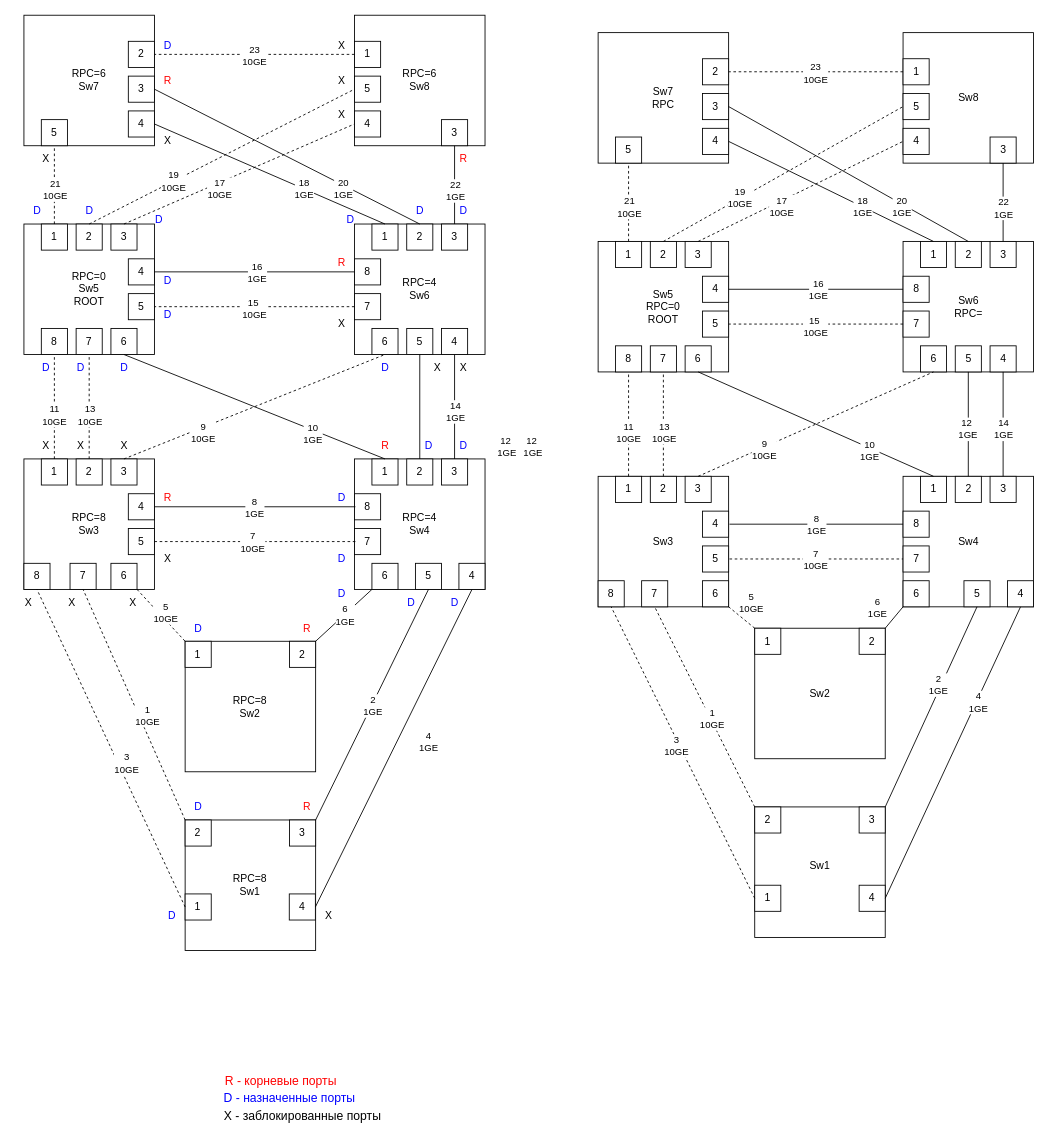
The draw.io diagram топология.drawio in pascal-enjoyer/masich-stp, before the edit. Source tidied: cells renumbered, new cells numbered last; positions are measured from the earlier drawing's top-left corner, leaving out a move shared by most shapes. Both pictures are drawn from the tidied source at 87%, with x=0, y=0 at pixel (15, 15).
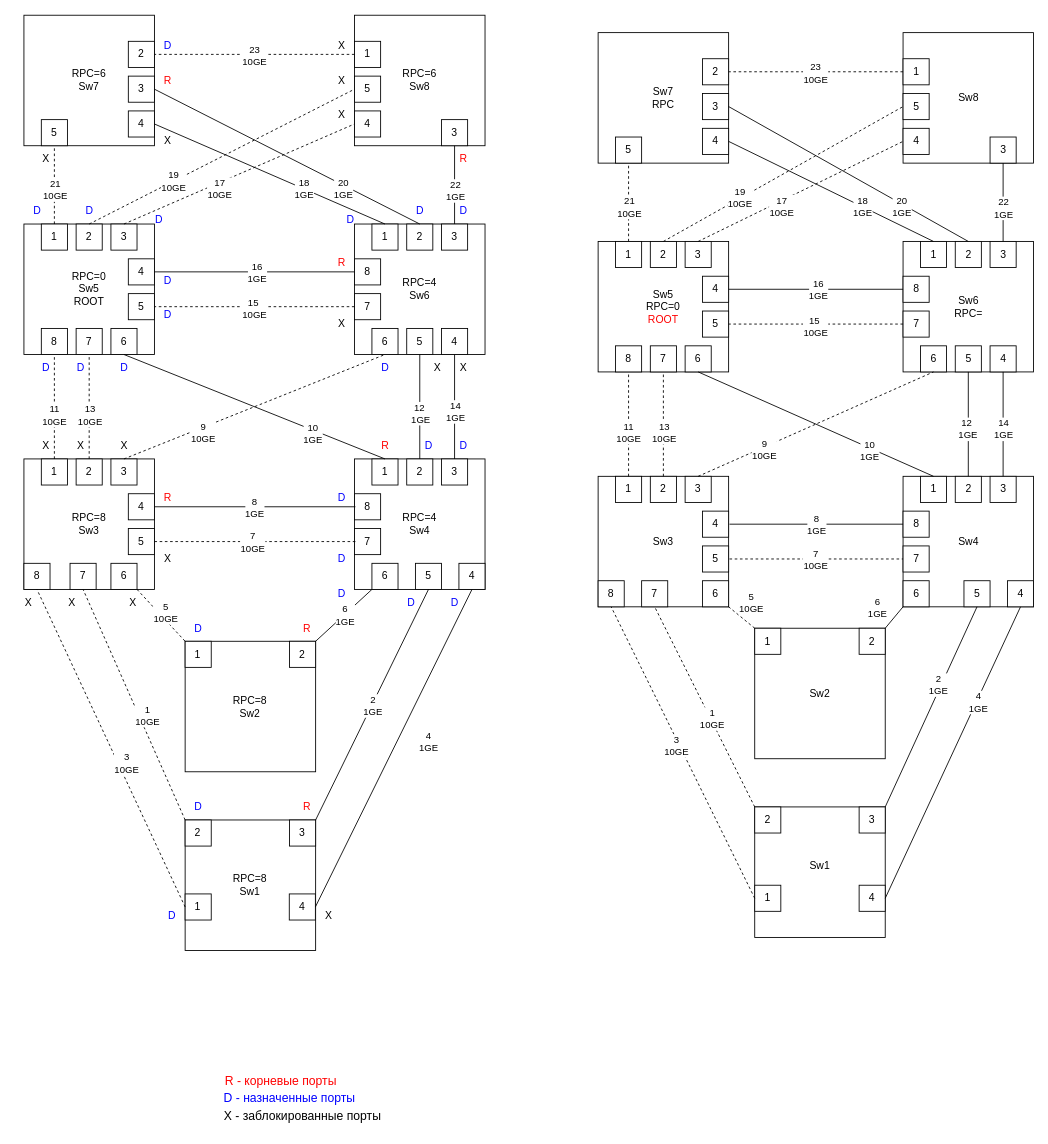
The same diagram, later.

The change refers to these unchanged cells:
```xml
<mxCell id="52" style="endArrow=none;html=1;rounded=0;entryX=0.5;entryY=1;entryDx=0;entryDy=0;exitX=0.5;exitY=0;exitDx=0;exitDy=0;" parent="1" edge="1" source="16" target="19">
  <mxGeometry relative="1" as="geometry" />
</mxCell>
```

Change to the diagram source:
```diff
@@
     <mxCell id="53" value="12&amp;nbsp;&lt;div&gt;1GE&lt;/div&gt;" style="edgeLabel;html=1;align=center;verticalAlign=middle;" parent="52" vertex="1">
       <mxGeometry x="-0.09" y="1" relative="1" as="geometry">
-        <mxPoint x="100" y="40" as="offset" />
+        <mxPoint x="1" y="2" as="offset" />
       </mxGeometry>
     </mxCell>
@@
-    <mxCell id="78" value="Sw5&lt;br&gt;RPC=0&lt;br&gt;ROOT" style="whiteSpace=wrap;html=1;" parent="1" vertex="1">
+    <mxCell id="78" value="Sw5&lt;br&gt;RPC=0&lt;br&gt;&lt;font color=&quot;#ff0000&quot;&gt;ROOT&lt;/font&gt;" style="whiteSpace=wrap;html=1;" parent="1" vertex="1">
       <mxGeometry x="670" y="260" width="150" height="150" as="geometry" />
     </mxCell>
@@
-    <mxCell id="240" value="12&amp;nbsp;&lt;div&gt;1GE&lt;/div&gt;" style="edgeLabel;html=1;align=center;verticalAlign=middle;" parent="1" vertex="1">
-      <mxGeometry x="594" y="495" as="geometry" />
-    </mxCell>
```
